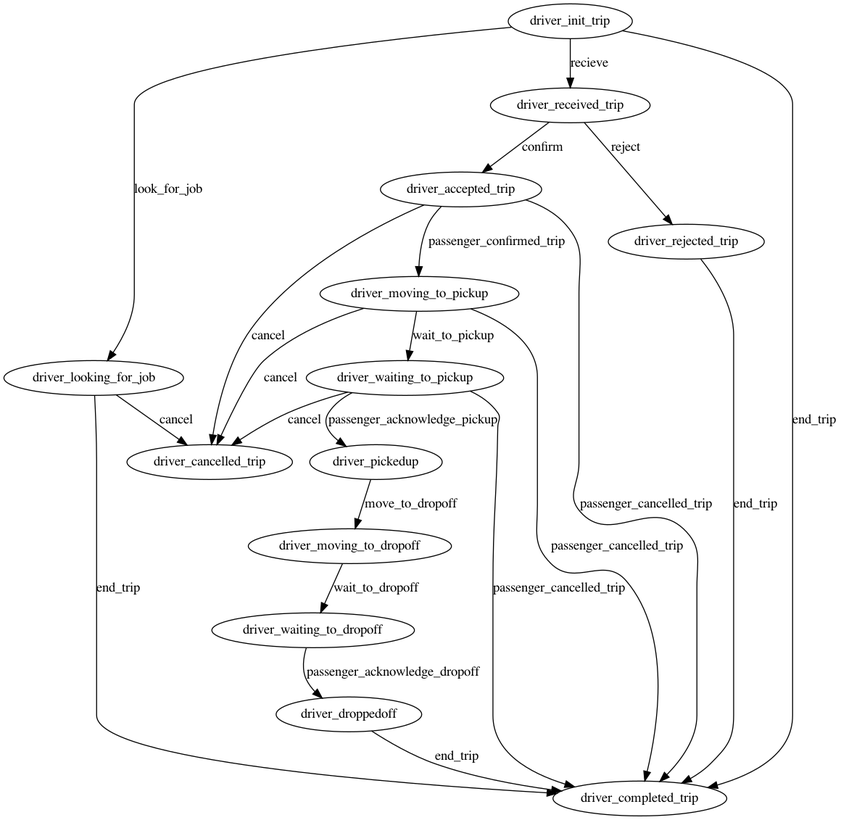
IORA-NUS/openride_server keeps this Graphviz diagram as openroad_platform/state_transitions/RidehailDriverTripStateMachine.gv.png. Above is the earlier version. Its source is kept beside it as openroad_platform/state_transitions/RidehailDriverTripStateMachine.gv.
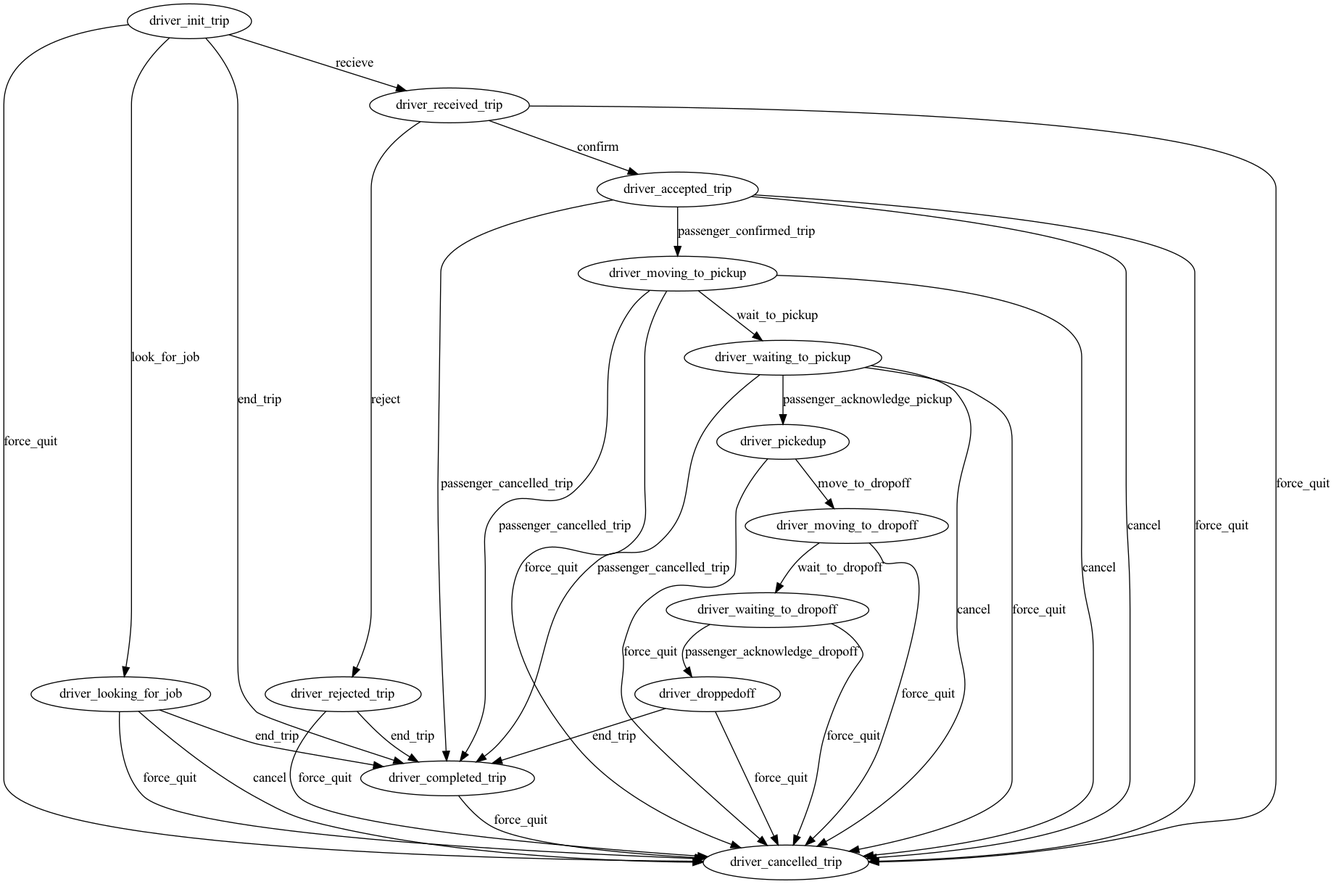
Above is the later version.

Change to the diagram source:
```diff
@@ -2,22 +2,34 @@
 	driver_accepted_trip -> driver_moving_to_pickup [label=passenger_confirmed_trip]
 	driver_accepted_trip -> driver_completed_trip [label=passenger_cancelled_trip]
 	driver_accepted_trip -> driver_cancelled_trip [label=cancel]
+	driver_accepted_trip -> driver_cancelled_trip [label=force_quit]
+	driver_completed_trip -> driver_cancelled_trip [label=force_quit]
 	driver_droppedoff -> driver_completed_trip [label=end_trip]
+	driver_droppedoff -> driver_cancelled_trip [label=force_quit]
 	driver_init_trip -> driver_looking_for_job [label=look_for_job]
 	driver_init_trip -> driver_received_trip [label=recieve]
 	driver_init_trip -> driver_completed_trip [label=end_trip]
+	driver_init_trip -> driver_cancelled_trip [label=force_quit]
 	driver_looking_for_job -> driver_completed_trip [label=end_trip]
 	driver_looking_for_job -> driver_cancelled_trip [label=cancel]
+	driver_looking_for_job -> driver_cancelled_trip [label=force_quit]
 	driver_moving_to_dropoff -> driver_waiting_to_dropoff [label=wait_to_dropoff]
+	driver_moving_to_dropoff -> driver_cancelled_trip [label=force_quit]
 	driver_moving_to_pickup -> driver_waiting_to_pickup [label=wait_to_pickup]
 	driver_moving_to_pickup -> driver_completed_trip [label=passenger_cancelled_trip]
 	driver_moving_to_pickup -> driver_cancelled_trip [label=cancel]
+	driver_moving_to_pickup -> driver_cancelled_trip [label=force_quit]
 	driver_pickedup -> driver_moving_to_dropoff [label=move_to_dropoff]
+	driver_pickedup -> driver_cancelled_trip [label=force_quit]
 	driver_received_trip -> driver_accepted_trip [label=confirm]
 	driver_received_trip -> driver_rejected_trip [label=reject]
+	driver_received_trip -> driver_cancelled_trip [label=force_quit]
 	driver_rejected_trip -> driver_completed_trip [label=end_trip]
+	driver_rejected_trip -> driver_cancelled_trip [label=force_quit]
 	driver_waiting_to_dropoff -> driver_droppedoff [label=passenger_acknowledge_dropoff]
+	driver_waiting_to_dropoff -> driver_cancelled_trip [label=force_quit]
 	driver_waiting_to_pickup -> driver_completed_trip [label=passenger_cancelled_trip]
 	driver_waiting_to_pickup -> driver_pickedup [label=passenger_acknowledge_pickup]
 	driver_waiting_to_pickup -> driver_cancelled_trip [label=cancel]
+	driver_waiting_to_pickup -> driver_cancelled_trip [label=force_quit]
 }
```
